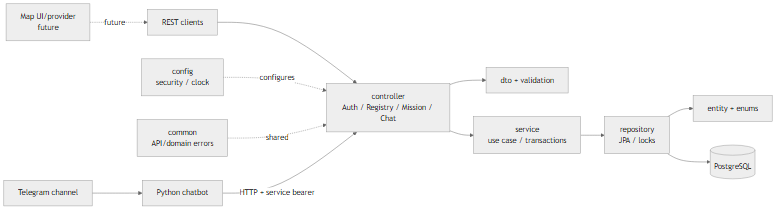
The Mermaid diagram docs/diagrams/rendered/component_packages.png in coluccimarco/fornitori-soccorso, before a commit. Its source is kept beside it as docs/diagrams/component_packages.mmd.
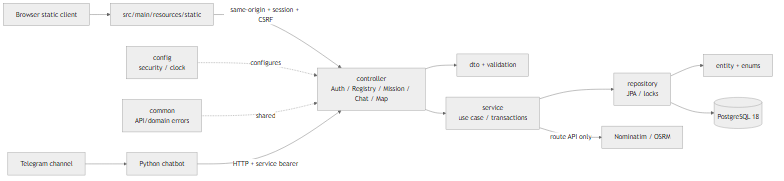
The same diagram one commit later.

The edit, as a diff of the source:
```diff
@@ -1,12 +1,13 @@
 flowchart LR
-    HTTP["REST clients"] --> Controller["controller<br/>Auth / Registry / Mission / Chat"]
+    Browser["Browser static client"] --> Static["src/main/resources/static"]
+    Static -->|same-origin + session + CSRF| Controller["controller<br/>Auth / Registry / Mission / Chat / Map"]
     Controller --> DTO["dto + validation"]
     Controller --> Service["service<br/>use case / transactions"]
     Service --> Repo["repository<br/>JPA / locks"]
     Repo --> Entity["entity + enums"]
-    Repo --> DB[("PostgreSQL")]
+    Repo --> DB[("PostgreSQL 18")]
     Config["config<br/>security / clock"] -. configures .-> Controller
     Common["common<br/>API/domain errors"] -. shared .-> Controller
     Bot["Python chatbot"] -->|HTTP + service bearer| Controller
     Telegram["Telegram channel"] --> Bot
-    Maps["Map UI/provider<br/>future"] -. future .-> HTTP
+    Service -->|route API only| Providers["Nominatim / OSRM"]
```
